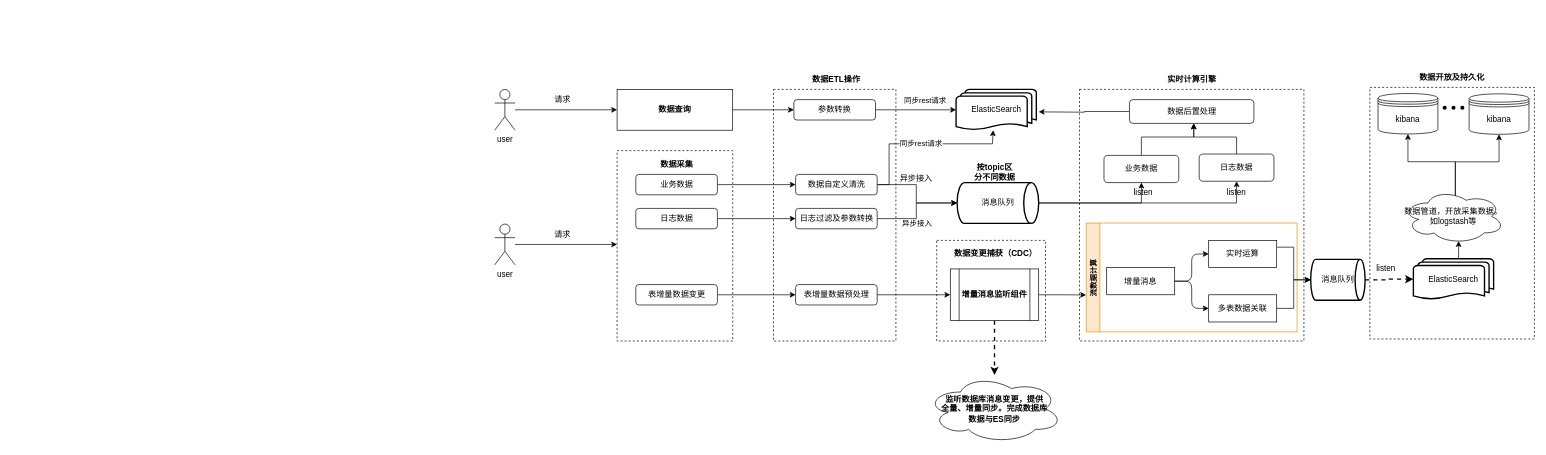
NjuptMei/DrowIo keeps this draw.io diagram as 绘图文件/cims-elasticSearch全流程.drawio. Above is the earlier version. Source tidied: cells renumbered, new cells numbered last; positions are measured from the earlier drawing's top-left corner, leaving out a move shared by most shapes. Both pictures are drawn from the tidied source at 68%, with x=0, y=0 at pixel (494, 67).
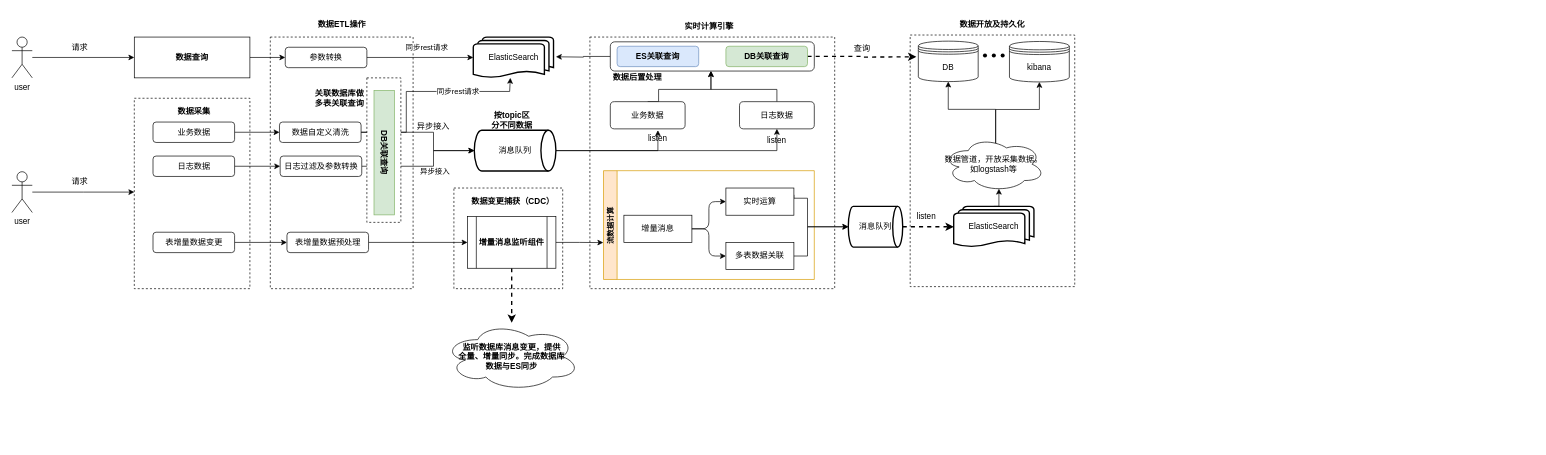
After the change.

Commit message:
更新cims-elasticSearch全流程.drawio

Change to the diagram source:
```diff
@@
     <mxCell id="2" style="rounded=0;whiteSpace=wrap;html=1;dashed=1;" parent="1" vertex="1">
-      <mxGeometry x="1287" y="30" width="242" height="370" as="geometry" />
+      <mxGeometry x="611" y="-47" width="242" height="370" as="geometry" />
     </mxCell>
     <mxCell id="3" style="rounded=0;whiteSpace=wrap;html=1;dashed=1;" parent="1" vertex="1">
-      <mxGeometry x="860" y="33" width="330" height="370" as="geometry" />
+      <mxGeometry x="140" y="-44" width="360" height="370" as="geometry" />
     </mxCell>
     <mxCell id="4" style="rounded=0;whiteSpace=wrap;html=1;dashed=1;" parent="1" vertex="1">
-      <mxGeometry x="650" y="255" width="160" height="148" as="geometry" />
+      <mxGeometry x="-60" y="178" width="160" height="148" as="geometry" />
     </mxCell>
     <mxCell id="5" style="rounded=0;whiteSpace=wrap;html=1;dashed=1;" parent="1" vertex="1">
-      <mxGeometry x="180" y="123" width="170" height="280" as="geometry" />
+      <mxGeometry x="-530" y="46" width="170" height="280" as="geometry" />
     </mxCell>
     <mxCell id="6" style="rounded=0;whiteSpace=wrap;html=1;dashed=1;" parent="1" vertex="1">
-      <mxGeometry x="410" y="33" width="180" height="370" as="geometry" />
+      <mxGeometry x="-330" y="-44" width="210" height="370" as="geometry" />
     </mxCell>
@@
     <mxCell id="8" value="&lt;b&gt;数据查询&lt;/b&gt;" style="rounded=0;whiteSpace=wrap;html=1;" parent="1" vertex="1">
-      <mxGeometry x="180" y="33" width="170" height="60" as="geometry" />
+      <mxGeometry x="-530" y="-44" width="170" height="60" as="geometry" />
     </mxCell>
     <mxCell id="9" value="&lt;b&gt;数据采集&lt;/b&gt;" style="text;html=1;strokeColor=none;fillColor=none;align=center;verticalAlign=middle;whiteSpace=wrap;rounded=0;" parent="1" vertex="1">
-      <mxGeometry x="227.5" y="128" width="80" height="30" as="geometry" />
+      <mxGeometry x="-482.5" y="51" width="80" height="30" as="geometry" />
     </mxCell>
@@
     <mxCell id="11" value="表增量数据变更" style="rounded=1;whiteSpace=wrap;html=1;" parent="1" vertex="1">
-      <mxGeometry x="207.5" y="320" width="120" height="30" as="geometry" />
+      <mxGeometry x="-502.5" y="243" width="120" height="30" as="geometry" />
     </mxCell>
@@
     <mxCell id="13" value="日志数据" style="rounded=1;whiteSpace=wrap;html=1;" parent="1" vertex="1">
-      <mxGeometry x="207.5" y="208" width="120" height="30" as="geometry" />
+      <mxGeometry x="-502.5" y="131" width="120" height="30" as="geometry" />
     </mxCell>
@@
     <mxCell id="15" value="业务数据" style="rounded=1;whiteSpace=wrap;html=1;" parent="1" vertex="1">
-      <mxGeometry x="207.5" y="158" width="120" height="30" as="geometry" />
+      <mxGeometry x="-502.5" y="81" width="120" height="30" as="geometry" />
     </mxCell>
@@
     <mxCell id="17" value="user" style="shape=umlActor;verticalLabelPosition=bottom;verticalAlign=top;html=1;outlineConnect=0;" parent="1" vertex="1">
-      <mxGeometry y="33" width="30" height="60" as="geometry" />
+      <mxGeometry x="-710" y="-44" width="30" height="60" as="geometry" />
     </mxCell>
     <mxCell id="18" style="edgeStyle=orthogonalEdgeStyle;rounded=0;jettySize=auto;html=1;" parent="1" edge="1" source="19">
       <mxGeometry relative="1" as="geometry">
-        <mxPoint x="180" y="261" as="targetPoint" />
+        <mxPoint x="-530" y="184" as="targetPoint" />
       </mxGeometry>
     </mxCell>
     <mxCell id="19" value="user" style="shape=umlActor;verticalLabelPosition=bottom;verticalAlign=top;html=1;outlineConnect=0;" parent="1" vertex="1">
-      <mxGeometry y="231" width="30" height="60" as="geometry" />
+      <mxGeometry x="-710" y="154" width="30" height="60" as="geometry" />
     </mxCell>
@@
     <mxCell id="22" value="参数转换" style="rounded=1;whiteSpace=wrap;html=1;" parent="1" vertex="1">
-      <mxGeometry x="440" y="48" width="120" height="30" as="geometry" />
+      <mxGeometry x="-308" y="-29" width="120" height="30" as="geometry" />
     </mxCell>
     <mxCell id="23" value="&lt;b&gt;数据ETL操作&lt;/b&gt;" style="text;html=1;strokeColor=none;fillColor=none;align=center;verticalAlign=middle;whiteSpace=wrap;rounded=0;" parent="1" vertex="1">
-      <mxGeometry x="465" y="3" width="75" height="30" as="geometry" />
+      <mxGeometry x="-262.5" y="-77" width="75" height="30" as="geometry" />
     </mxCell>
     <mxCell id="24" style="edgeStyle=orthogonalEdgeStyle;rounded=0;jettySize=auto;html=1;exitX=1;exitY=0.5;exitDx=0;exitDy=0;entryX=0;entryY=0.5;entryDx=0;entryDy=0;entryPerimeter=0;" parent="1" edge="1" source="26" target="35">
       <mxGeometry relative="1" as="geometry">
         <Array as="points">
-          <mxPoint x="620" y="223" />
-          <mxPoint x="620" y="200" />
+          <mxPoint x="-90" y="146" />
+          <mxPoint x="-90" y="123" />
         </Array>
       </mxGeometry>
     </mxCell>
     <mxCell id="25" value="异步接入" style="edgeLabel;html=1;align=center;verticalAlign=middle;" parent="24" vertex="1">
       <mxGeometry x="-0.23" y="-4" relative="1" as="geometry">
-        <mxPoint x="4" y="3" as="offset" />
+        <mxPoint x="34" y="3" as="offset" />
       </mxGeometry>
     </mxCell>
     <mxCell id="26" value="日志过滤及参数转换" style="rounded=1;whiteSpace=wrap;html=1;" parent="1" vertex="1">
-      <mxGeometry x="442.5" y="208" width="120" height="30" as="geometry" />
+      <mxGeometry x="-315.5" y="131" width="120" height="30" as="geometry" />
     </mxCell>
     <mxCell id="27" style="edgeStyle=orthogonalEdgeStyle;rounded=0;jettySize=auto;html=1;exitX=1;exitY=0.5;exitDx=0;exitDy=0;entryX=0;entryY=0.5;entryDx=0;entryDy=0;entryPerimeter=0;" parent="1" edge="1" source="30" target="35">
       <mxGeometry relative="1" as="geometry">
         <Array as="points">
-          <mxPoint x="620" y="173" />
-          <mxPoint x="620" y="200" />
+          <mxPoint x="-90" y="96" />
+          <mxPoint x="-90" y="123" />
         </Array>
       </mxGeometry>
     </mxCell>
     <mxCell id="28" style="edgeStyle=orthogonalEdgeStyle;rounded=0;jettySize=auto;html=1;exitX=1;exitY=0.5;exitDx=0;exitDy=0;" parent="1" edge="1" source="30">
       <mxGeometry relative="1" as="geometry">
-        <mxPoint x="733" y="93" as="targetPoint" />
+        <mxPoint x="23" y="16" as="targetPoint" />
         <Array as="points">
-          <mxPoint x="580" y="173" />
-          <mxPoint x="580" y="113" />
-          <mxPoint x="732" y="113" />
+          <mxPoint x="-130" y="96" />
+          <mxPoint x="-130" y="36" />
+          <mxPoint x="22" y="36" />
         </Array>
       </mxGeometry>
     </mxCell>
     <mxCell id="29" value="同步rest请求" style="edgeLabel;html=1;align=center;verticalAlign=middle;" parent="28" vertex="1">
-      <mxGeometry x="-0.01" y="1" relative="1" as="geometry" />
+      <mxGeometry x="-0.01" y="1" relative="1" as="geometry">
+        <mxPoint x="54" as="offset" />
+      </mxGeometry>
     </mxCell>
     <mxCell id="30" value="数据自定义清洗" style="rounded=1;whiteSpace=wrap;html=1;" parent="1" vertex="1">
-      <mxGeometry x="442.5" y="158" width="120" height="30" as="geometry" />
+      <mxGeometry x="-316.5" y="81" width="120" height="30" as="geometry" />
     </mxCell>
@@
     <mxCell id="32" value="表增量数据预处理" style="rounded=1;whiteSpace=wrap;html=1;" parent="1" vertex="1">
-      <mxGeometry x="442.5" y="320" width="120" height="30" as="geometry" />
+      <mxGeometry x="-305.5" y="243" width="120" height="30" as="geometry" />
     </mxCell>
-    <mxCell id="33" style="edgeStyle=orthogonalEdgeStyle;rounded=0;jettySize=auto;html=1;exitX=1;exitY=0.5;exitDx=0;exitDy=0;exitPerimeter=0;entryX=0.5;entryY=1;entryDx=0;entryDy=0;" parent="1" edge="1" source="35" target="47">
-      <mxGeometry relative="1" as="geometry" />
+    <mxCell id="33" style="edgeStyle=orthogonalEdgeStyle;rounded=0;jettySize=auto;html=1;exitX=1;exitY=0.5;exitDx=0;exitDy=0;exitPerimeter=0;" parent="1" edge="1" source="35">
+      <mxGeometry relative="1" as="geometry">
+        <mxPoint x="240" y="93" as="targetPoint" />
+        <Array as="points">
+          <mxPoint x="240" y="123" />
+        </Array>
+      </mxGeometry>
     </mxCell>
@@
     <mxCell id="35" value="消息队列" style="strokeWidth=2;html=1;shape=mxgraph.flowchart.direct_data;whiteSpace=wrap;" parent="1" vertex="1">
-      <mxGeometry x="680" y="170" width="120" height="60" as="geometry" />
+      <mxGeometry x="-30" y="93" width="120" height="60" as="geometry" />
     </mxCell>
     <mxCell id="36" value="&lt;b&gt;按topic区分不同数据&lt;/b&gt;" style="text;html=1;strokeColor=none;fillColor=none;align=center;verticalAlign=middle;whiteSpace=wrap;rounded=0;" parent="1" vertex="1">
-      <mxGeometry x="702.5" y="140" width="65" height="30" as="geometry" />
+      <mxGeometry x="-7.5" y="63" width="65" height="30" as="geometry" />
     </mxCell>
@@
     <mxCell id="39" value="&lt;b&gt;增量消息监听组件&lt;/b&gt;" style="shape=process;whiteSpace=wrap;html=1;backgroundOutline=1;" parent="1" vertex="1">
-      <mxGeometry x="670" y="297" width="130" height="76" as="geometry" />
+      <mxGeometry x="-40" y="220" width="130" height="76" as="geometry" />
     </mxCell>
     <mxCell id="40" value="数据变更捕获（CDC）" style="text;html=1;strokeColor=none;fillColor=none;align=center;verticalAlign=middle;whiteSpace=wrap;rounded=0;fontStyle=1;" parent="1" vertex="1">
-      <mxGeometry x="672.5" y="260" width="127.5" height="30" as="geometry" />
+      <mxGeometry x="-37.5" y="183" width="127.5" height="30" as="geometry" />
     </mxCell>
     <mxCell id="41" value="ElasticSearch" style="strokeWidth=2;html=1;shape=mxgraph.flowchart.multi-document;whiteSpace=wrap;" parent="1" vertex="1">
-      <mxGeometry x="678.5" y="33" width="118" height="60" as="geometry" />
+      <mxGeometry x="-31.5" y="-44" width="118" height="60" as="geometry" />
     </mxCell>
     <mxCell id="42" value="异步接入" style="text;html=1;strokeColor=none;fillColor=none;align=center;verticalAlign=middle;whiteSpace=wrap;rounded=0;" parent="1" vertex="1">
-      <mxGeometry x="590" y="149" width="60" height="30" as="geometry" />
+      <mxGeometry x="-120" y="72" width="60" height="30" as="geometry" />
     </mxCell>
     <mxCell id="43" style="edgeStyle=orthogonalEdgeStyle;rounded=0;jettySize=auto;html=1;exitX=0;exitY=0.5;exitDx=0;exitDy=0;" parent="1" edge="1" source="44">
       <mxGeometry relative="1" as="geometry">
-        <mxPoint x="800" y="66" as="targetPoint" />
+        <mxPoint x="90" y="-15" as="targetPoint" />
       </mxGeometry>
     </mxCell>
-    <mxCell id="44" value="数据后置处理" style="rounded=1;whiteSpace=wrap;html=1;" parent="1" vertex="1">
-      <mxGeometry x="933.5" y="48" width="183" height="35" as="geometry" />
+    <mxCell id="44" style="rounded=1;whiteSpace=wrap;html=1;" parent="1" vertex="1">
+      <mxGeometry x="170" y="-37" width="300" height="43" as="geometry" />
     </mxCell>
     <mxCell id="45" value="&lt;b&gt;监听数据库消息变更，提供&lt;br&gt;全量、增量同步。完成数据库&lt;br&gt;数据与ES同步&lt;/b&gt;" style="ellipse;shape=cloud;whiteSpace=wrap;html=1;" parent="1" vertex="1">
-      <mxGeometry x="635" y="453" width="200" height="100" as="geometry" />
+      <mxGeometry x="-75" y="376" width="200" height="100" as="geometry" />
     </mxCell>
     <mxCell id="46" style="edgeStyle=orthogonalEdgeStyle;rounded=0;jettySize=auto;html=1;exitX=0.5;exitY=0;exitDx=0;exitDy=0;entryX=0.5;entryY=1;entryDx=0;entryDy=0;" parent="1" edge="1" source="47">
       <mxGeometry relative="1" as="geometry">
-        <mxPoint x="1028" y="83" as="targetPoint" />
+        <mxPoint x="318" y="6" as="targetPoint" />
         <Array as="points">
-          <mxPoint x="951" y="103" />
-          <mxPoint x="1028" y="103" />
+          <mxPoint x="241" y="51" />
+          <mxPoint x="241" y="33" />
+          <mxPoint x="318" y="33" />
         </Array>
       </mxGeometry>
     </mxCell>
     <mxCell id="47" value="业务数据" style="rounded=1;whiteSpace=wrap;html=1;" parent="1" vertex="1">
-      <mxGeometry x="896" y="130" width="110" height="40" as="geometry" />
+      <mxGeometry x="170" y="51" width="110" height="40" as="geometry" />
     </mxCell>
     <mxCell id="48" style="edgeStyle=orthogonalEdgeStyle;rounded=0;jettySize=auto;html=1;exitX=0.5;exitY=0;exitDx=0;exitDy=0;entryX=0.5;entryY=1;entryDx=0;entryDy=0;" parent="1" edge="1" source="49">
       <mxGeometry relative="1" as="geometry">
-        <mxPoint x="1028" y="83" as="targetPoint" />
+        <mxPoint x="318" y="6" as="targetPoint" />
         <Array as="points">
-          <mxPoint x="1091" y="103" />
-          <mxPoint x="1028" y="103" />
+          <mxPoint x="415" y="33" />
+          <mxPoint x="318" y="33" />
         </Array>
       </mxGeometry>
     </mxCell>
     <mxCell id="49" value="日志数据" style="rounded=1;whiteSpace=wrap;html=1;" parent="1" vertex="1">
-      <mxGeometry x="1036" y="128" width="110" height="40" as="geometry" />
+      <mxGeometry x="360" y="51" width="110" height="40" as="geometry" />
     </mxCell>
     <mxCell id="50" value="&lt;b&gt;实时计算引擎&lt;/b&gt;" style="text;html=1;strokeColor=none;fillColor=none;align=center;verticalAlign=middle;whiteSpace=wrap;rounded=0;" parent="1" vertex="1">
-      <mxGeometry x="987.5" y="3" width="75" height="30" as="geometry" />
+      <mxGeometry x="277.5" y="-74" width="75" height="30" as="geometry" />
     </mxCell>
-    <mxCell id="51" value="listen" style="text;html=1;strokeColor=none;fillColor=none;align=center;verticalAlign=middle;whiteSpace=wrap;rounded=0;" parent="1" vertex="1">
-      <mxGeometry x="923.5" y="170" width="60" height="30" as="geometry" />
-    </mxCell>
     <mxCell id="52" value="listen" style="text;html=1;strokeColor=none;fillColor=none;align=center;verticalAlign=middle;whiteSpace=wrap;rounded=0;" parent="1" vertex="1">
-      <mxGeometry x="1061" y="170" width="60" height="30" as="geometry" />
+      <mxGeometry x="385" y="93" width="60" height="30" as="geometry" />
     </mxCell>
     <mxCell id="53" value="流数据计算" style="swimlane;startSize=20;horizontal=0;horizontalTree=1;containerType=tree;fontSize=11;fillColor=#ffe6cc;strokeColor=#d79b00;" parent="1" vertex="1">
-      <mxGeometry x="870" y="229.5" width="310" height="160" as="geometry" />
+      <mxGeometry x="160" y="152.5" width="310" height="160" as="geometry" />
     </mxCell>
     <mxCell id="54" value="增量消息" style="whiteSpace=wrap;html=1;" parent="1" vertex="1">
-      <mxGeometry x="900" y="295" width="100" height="40" as="geometry" />
+      <mxGeometry x="190" y="218" width="100" height="40" as="geometry" />
     </mxCell>
     <mxCell id="55" style="edgeStyle=orthogonalEdgeStyle;rounded=0;jettySize=auto;html=1;exitX=1;exitY=0.25;exitDx=0;exitDy=0;entryX=0;entryY=0.5;entryDx=0;entryDy=0;entryPerimeter=0;" parent="1" edge="1" source="56" target="75">
-      <mxGeometry relative="1" as="geometry" />
+      <mxGeometry relative="1" as="geometry">
+        <Array as="points">
+          <mxPoint x="440" y="193" />
+          <mxPoint x="460" y="193" />
+          <mxPoint x="460" y="235" />
+        </Array>
+      </mxGeometry>
     </mxCell>
     <mxCell id="56" value="实时运算" style="whiteSpace=wrap;html=1;" parent="1" vertex="1">
-      <mxGeometry x="1050" y="255" width="100" height="40" as="geometry" />
+      <mxGeometry x="340" y="178" width="100" height="40" as="geometry" />
     </mxCell>
@@
     <mxCell id="58" style="edgeStyle=orthogonalEdgeStyle;rounded=0;jettySize=auto;html=1;exitX=1;exitY=0.5;exitDx=0;exitDy=0;entryX=0;entryY=0.5;entryDx=0;entryDy=0;entryPerimeter=0;" parent="1" edge="1" source="59" target="75">
-      <mxGeometry relative="1" as="geometry" />
+      <mxGeometry relative="1" as="geometry">
+        <Array as="points">
+          <mxPoint x="460" y="278" />
+          <mxPoint x="460" y="235" />
+        </Array>
+      </mxGeometry>
     </mxCell>
     <mxCell id="59" value="多表数据关联" style="whiteSpace=wrap;html=1;" parent="1" vertex="1">
-      <mxGeometry x="1050" y="335" width="100" height="40" as="geometry" />
+      <mxGeometry x="340" y="258" width="100" height="40" as="geometry" />
     </mxCell>
@@
     <mxCell id="62" value="ElasticSearch" style="strokeWidth=2;html=1;shape=mxgraph.flowchart.multi-document;whiteSpace=wrap;" parent="1" vertex="1">
-      <mxGeometry x="1351" y="282" width="118" height="60" as="geometry" />
+      <mxGeometry x="675" y="205" width="118" height="60" as="geometry" />
     </mxCell>
@@
     <mxCell id="65" value="数据管道，开放采集数据。如logstash等" style="ellipse;shape=cloud;whiteSpace=wrap;html=1;" parent="1" vertex="1">
-      <mxGeometry x="1335" y="180" width="150" height="80" as="geometry" />
+      <mxGeometry x="659" y="103" width="150" height="80" as="geometry" />
     </mxCell>
-    <mxCell id="66" value="kibana" style="shape=datastore;whiteSpace=wrap;html=1;" parent="1" vertex="1">
-      <mxGeometry x="1299" y="39" width="88" height="59.5" as="geometry" />
+    <mxCell id="66" value="DB" style="shape=datastore;whiteSpace=wrap;html=1;" parent="1" vertex="1">
+      <mxGeometry x="623" y="-38" width="88" height="59.5" as="geometry" />
     </mxCell>
     <mxCell id="67" style="shape=waypoint;sketch=0;fillStyle=solid;size=6;fillColor=none;perimeter=centerPerimeter;" parent="1" vertex="1">
-      <mxGeometry x="1413" y="50" width="20" height="20" as="geometry" />
+      <mxGeometry x="737" y="-27" width="20" height="20" as="geometry" />
     </mxCell>
     <mxCell id="68" style="shape=waypoint;sketch=0;fillStyle=solid;size=6;fillColor=none;perimeter=centerPerimeter;" parent="1" vertex="1">
-      <mxGeometry x="1400" y="50" width="20" height="20" as="geometry" />
+      <mxGeometry x="724" y="-27" width="20" height="20" as="geometry" />
     </mxCell>
     <mxCell id="69" style="shape=waypoint;sketch=0;fillStyle=solid;size=6;fillColor=none;perimeter=centerPerimeter;" parent="1" vertex="1">
-      <mxGeometry x="1387" y="50" width="20" height="20" as="geometry" />
+      <mxGeometry x="711" y="-27" width="20" height="20" as="geometry" />
     </mxCell>
     <mxCell id="70" value="kibana" style="shape=datastore;whiteSpace=wrap;html=1;" parent="1" vertex="1">
-      <mxGeometry x="1433" y="39.5" width="88" height="59.5" as="geometry" />
+      <mxGeometry x="757" y="-37.5" width="88" height="59.5" as="geometry" />
     </mxCell>
     <mxCell id="71" value="&lt;p id=&quot;20230417003337-ht1p8pf&quot;&gt;数据开放及持久化&lt;/p&gt;" style="text;html=1;strokeColor=none;fillColor=none;align=center;verticalAlign=middle;whiteSpace=wrap;rounded=0;fontStyle=1;" parent="1" vertex="1">
-      <mxGeometry x="1353" width="110" height="30" as="geometry" />
+      <mxGeometry x="677" y="-77" width="110" height="30" as="geometry" />
     </mxCell>
     <mxCell id="72" value="请求" style="text;html=1;strokeColor=none;fillColor=none;align=center;verticalAlign=middle;whiteSpace=wrap;rounded=0;" parent="1" vertex="1">
-      <mxGeometry x="70" y="33" width="60" height="30" as="geometry" />
+      <mxGeometry x="-640" y="-44" width="60" height="30" as="geometry" />
     </mxCell>
     <mxCell id="73" value="请求" style="text;html=1;strokeColor=none;fillColor=none;align=center;verticalAlign=middle;whiteSpace=wrap;rounded=0;" parent="1" vertex="1">
-      <mxGeometry x="70" y="231" width="60" height="30" as="geometry" />
+      <mxGeometry x="-640" y="154" width="60" height="30" as="geometry" />
     </mxCell>
@@
     <mxCell id="75" value="消息队列" style="strokeWidth=2;html=1;shape=mxgraph.flowchart.direct_data;whiteSpace=wrap;" parent="1" vertex="1">
-      <mxGeometry x="1200" y="283" width="80" height="60" as="geometry" />
+      <mxGeometry x="520" y="205" width="80" height="60" as="geometry" />
     </mxCell>
     <mxCell id="76" value="listen" style="text;html=1;strokeColor=none;fillColor=none;align=center;verticalAlign=middle;whiteSpace=wrap;rounded=0;" parent="1" vertex="1">
-      <mxGeometry x="1281" y="282" width="60" height="30" as="geometry" />
+      <mxGeometry x="605" y="205" width="60" height="30" as="geometry" />
     </mxCell>
+    <mxCell id="77" value="&lt;b&gt;数据后置处理&lt;/b&gt;" style="text;html=1;strokeColor=none;fillColor=none;align=center;verticalAlign=middle;whiteSpace=wrap;rounded=0;" parent="1" vertex="1">
+      <mxGeometry x="160" y="1" width="100" height="30" as="geometry" />
+    </mxCell>
+    <mxCell id="51" value="listen" style="text;html=1;strokeColor=none;fillColor=none;align=center;verticalAlign=middle;whiteSpace=wrap;rounded=0;" parent="1" vertex="1">
+      <mxGeometry x="210" y="91" width="60" height="30" as="geometry" />
+    </mxCell>
+    <mxCell id="78" value="&lt;b&gt;ES关联查询&lt;/b&gt;" style="rounded=1;whiteSpace=wrap;html=1;fillColor=#dae8fc;strokeColor=#6c8ebf;" parent="1" vertex="1">
+      <mxGeometry x="180" y="-30.5" width="120" height="30" as="geometry" />
+    </mxCell>
+    <mxCell id="79" style="edgeStyle=orthogonalEdgeStyle;rounded=0;jettySize=auto;html=1;exitX=1;exitY=0.5;exitDx=0;exitDy=0;dashed=1;strokeWidth=2;" parent="1" edge="1" source="80">
+      <mxGeometry relative="1" as="geometry">
+        <mxPoint x="620" y="-15" as="targetPoint" />
+      </mxGeometry>
+    </mxCell>
+    <mxCell id="80" value="&lt;b&gt;DB关联查询&lt;/b&gt;" style="rounded=1;whiteSpace=wrap;html=1;fillColor=#d5e8d4;strokeColor=#82b366;" parent="1" vertex="1">
+      <mxGeometry x="340" y="-30.5" width="120" height="30" as="geometry" />
+    </mxCell>
+    <mxCell id="81" style="rounded=0;whiteSpace=wrap;html=1;dashed=1;" parent="1" vertex="1">
+      <mxGeometry x="-188" y="16" width="50" height="212.5" as="geometry" />
+    </mxCell>
+    <mxCell id="82" value="查询" style="text;html=1;align=center;verticalAlign=middle;strokeColor=none;fillColor=none;" parent="1" vertex="1">
+      <mxGeometry x="515" y="-42" width="50" height="30" as="geometry" />
+    </mxCell>
+    <mxCell id="83" value="&lt;b&gt;DB关联查询&lt;/b&gt;" style="rounded=0;whiteSpace=wrap;html=1;rotation=90;fillColor=#d5e8d4;strokeColor=#82b366;" parent="1" vertex="1">
+      <mxGeometry x="-254" y="111" width="183" height="30" as="geometry" />
+    </mxCell>
+    <mxCell id="84" value="&lt;b&gt;关联数据库做多表关联查询&lt;/b&gt;" style="text;html=1;strokeColor=none;fillColor=none;align=center;verticalAlign=middle;whiteSpace=wrap;rounded=0;" parent="1" vertex="1">
+      <mxGeometry x="-268" y="31" width="80" height="30" as="geometry" />
+    </mxCell>
```
